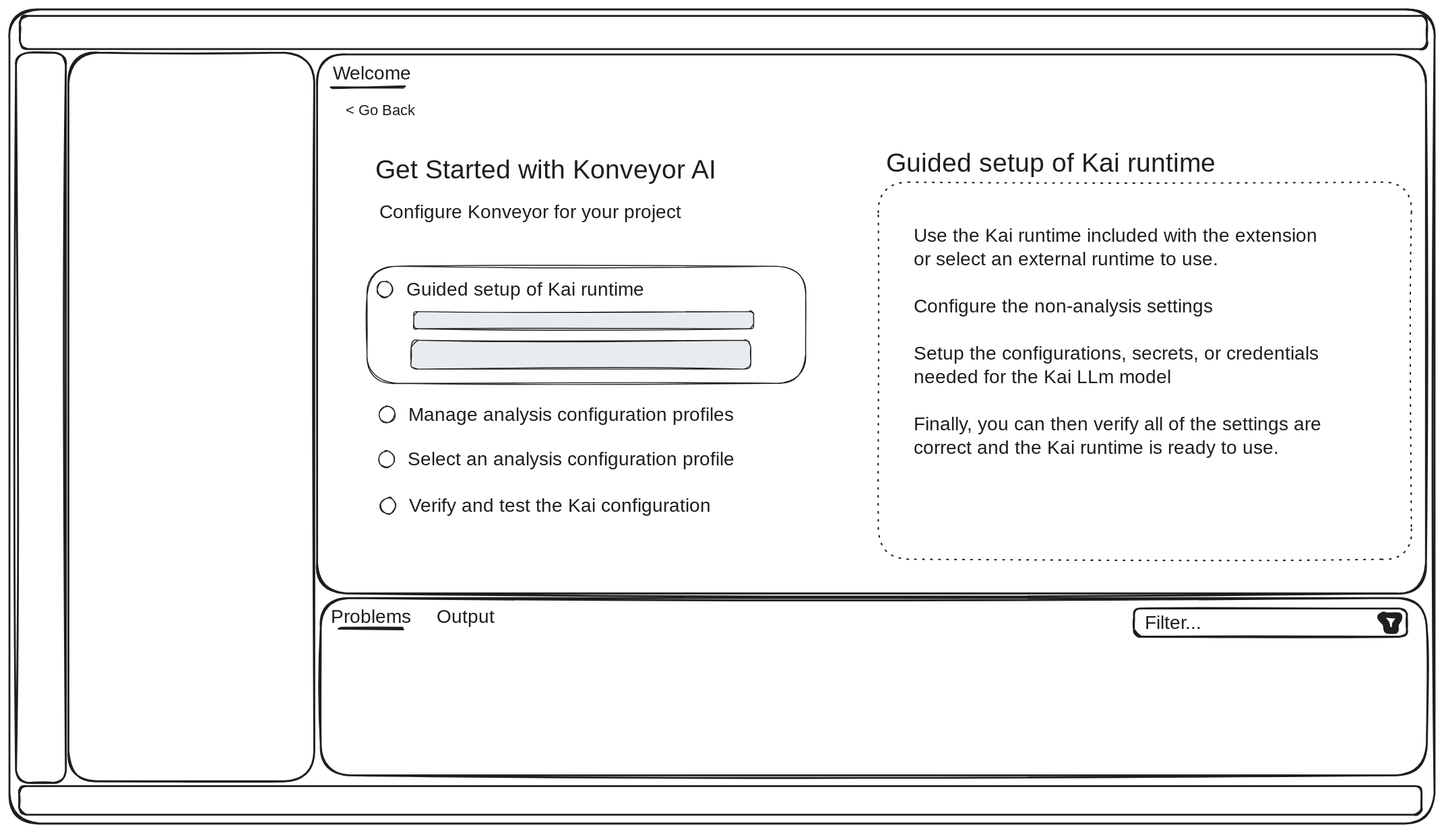
sjd78/kai-ide-user-stories keeps this Excalidraw diagram as wireframe/4.walkthrough.get-started.excalidraw.svg. Above is the earlier version. Source tidied: one line per element, renumbered; positions are measured from the earlier drawing's top-left corner, leaving out a move shared by most shapes.
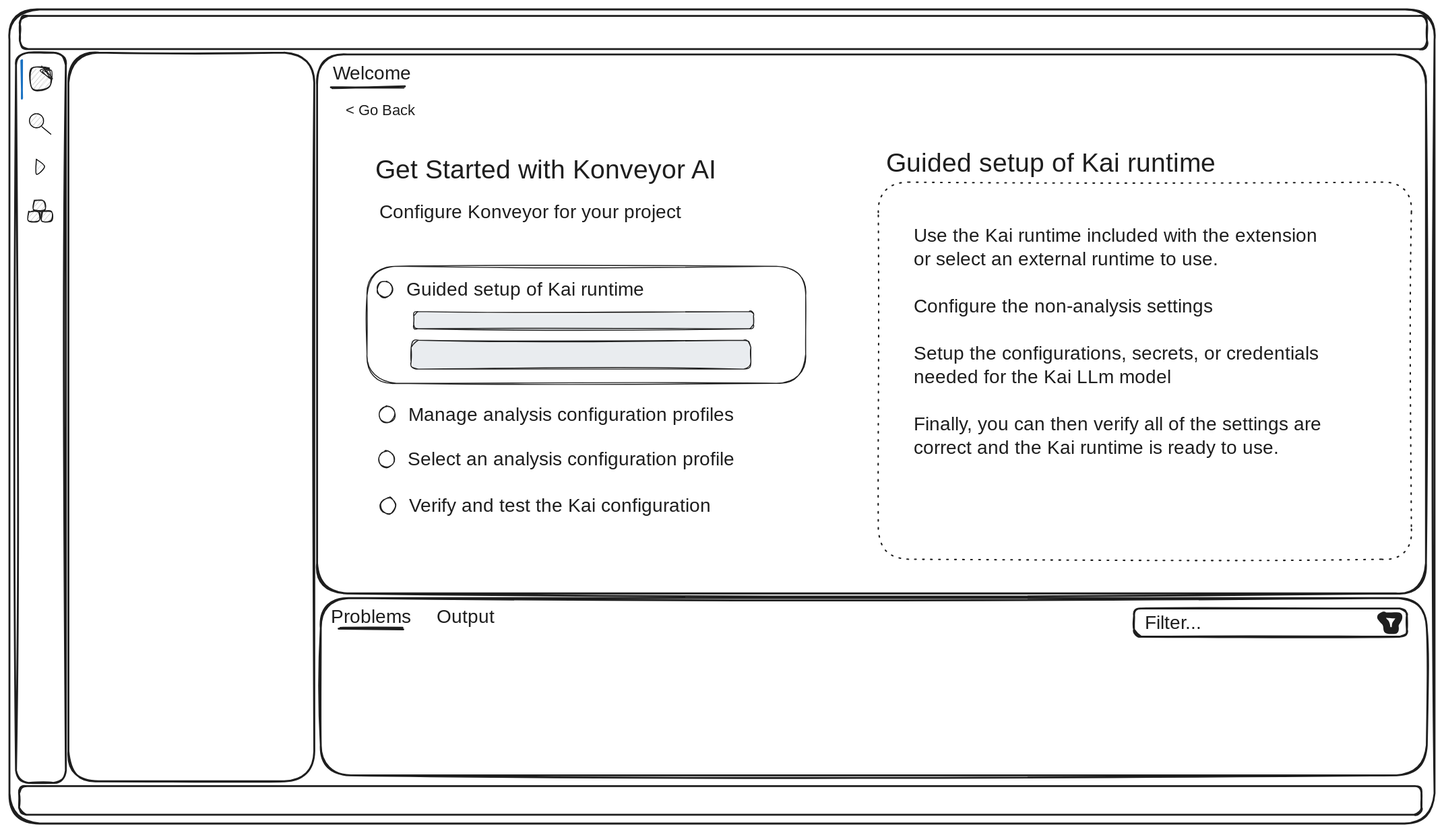
Later version of the same file.

The edit, as a diff of the source:
```diff
@@ -30,3 +30,11 @@
 {"id": 29, "type": "text", "text": "Use the Kai runtime included with the extension\nor select an external runtime to use.\n\nConfigure the non-analysis settings\n\nSetup the configurations, secrets, or credentials\nneeded for the Kai LLm model\n\nFinally, you can then verify all of the settings are\ncorrect and the Kai runtime is ready to use.", "strokeColor": "#1e1e1e", "strokeWidth": 1, "strokeStyle": "dotted", "roughness": 1, "fontSize": 20, "fontFamily": 1, "x": 959, "y": 229, "width": 502, "height": 250}
 {"id": 30, "type": "rectangle", "strokeColor": "#1e1e1e", "backgroundColor": "#e9ecef", "fillStyle": "solid", "strokeWidth": 1, "roughness": 1, "round": true, "x": 428, "y": 320, "width": 360, "height": 18}
 {"id": 31, "type": "rectangle", "strokeColor": "#1e1e1e", "backgroundColor": "#e9ecef", "fillStyle": "solid", "strokeWidth": 1, "roughness": 1, "round": true, "x": 426, "y": 351, "width": 360, "height": 31}
+{"id": 32, "type": "line", "strokeColor": "#000000", "backgroundColor": "#ced4da", "fillStyle": "hachure", "strokeWidth": 1, "roughness": 0, "round": true, "x": 28, "y": 159, "width": 9, "height": 16, "points": [[0, 0], [9, 8], [0, 16], [0, 0]]}
+{"id": 33, "type": "line", "strokeColor": "#1e1e1e", "backgroundColor": "#c8c8c8", "fillStyle": "hachure", "strokeWidth": 1, "roughness": 1, "round": true, "x": 39, "y": 64, "width": 21, "height": 23, "points": [[0, 0], [5, 0], [3, 18], [-14, 20], [-15, -1], [4, -1], [-5, 0], [5, 8], [-3, -3]]}
+{"id": 34, "type": "line", "strokeColor": "#1971c2", "backgroundColor": "#c8c8c8", "fillStyle": "hachure", "strokeWidth": 2, "roughness": 1, "round": true, "x": 13, "y": 54, "width": 0, "height": 40, "points": [[0, 0], [0, 40]]}
+{"id": 35, "type": "ellipse", "strokeColor": "#000000", "backgroundColor": "#c8c8c8", "fillStyle": "hachure", "strokeWidth": 1, "roughness": 0, "x": 21, "y": 111, "width": 15, "height": 15}
+{"id": 36, "type": "line", "strokeColor": "#000000", "backgroundColor": "#c8c8c8", "fillStyle": "hachure", "strokeWidth": 1, "roughness": 0, "round": true, "x": 34, "y": 124, "width": 9, "height": 8, "points": [[0, 0], [9, 8]]}
+{"id": 37, "type": "line", "strokeColor": "#1e1e1e", "backgroundColor": "#c8c8c8", "fillStyle": "hachure", "strokeWidth": 1, "roughness": 1, "round": true, "x": 26, "y": 203, "width": 11, "height": 10, "points": [[0, 0], [10, 0], [11, 9], [0, 10], [0, 0]]}
+{"id": 38, "type": "line", "strokeColor": "#1e1e1e", "backgroundColor": "#c8c8c8", "fillStyle": "hachure", "strokeWidth": 1, "roughness": 1, "round": true, "x": 34, "y": 215, "width": 11, "height": 10, "points": [[0, 0], [10, 0], [11, 9], [0, 10], [0, 0]]}
+{"id": 39, "type": "line", "strokeColor": "#1e1e1e", "backgroundColor": "#c8c8c8", "fillStyle": "hachure", "strokeWidth": 1, "roughness": 1, "round": true, "x": 21, "y": 214, "width": 11, "height": 10, "points": [[0, 0], [10, 0], [11, 9], [0, 10], [0, 0]]}
```
